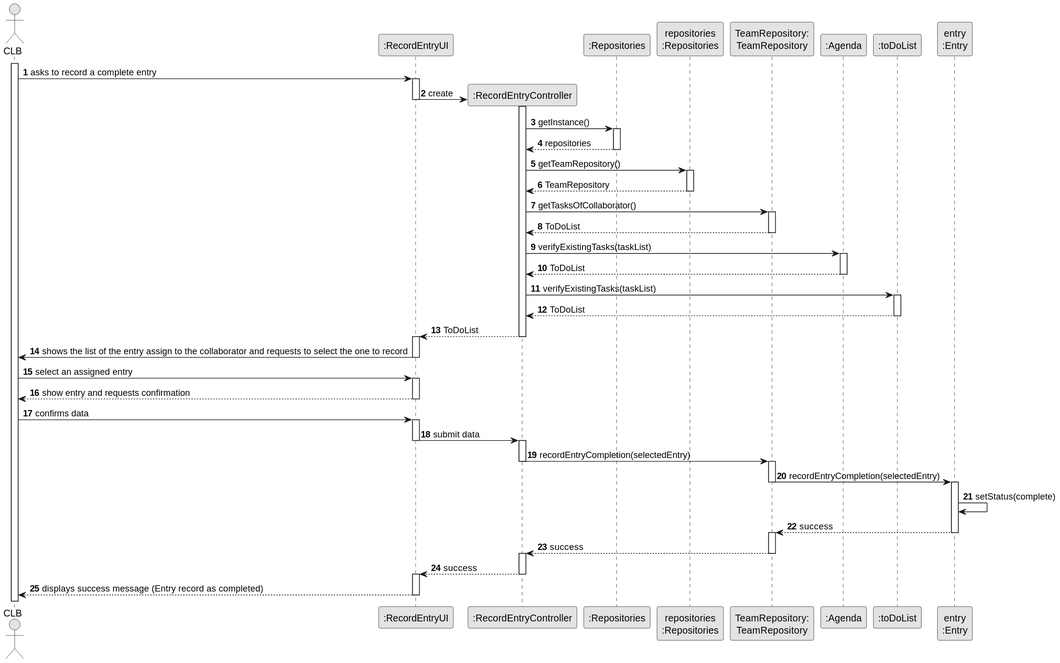
This is docs/sprintC/us029/03.design/svg/us029-sequence-diagram-full.svg from ricardomm7/leaflink, a PlantUML export, as it was before one commit.
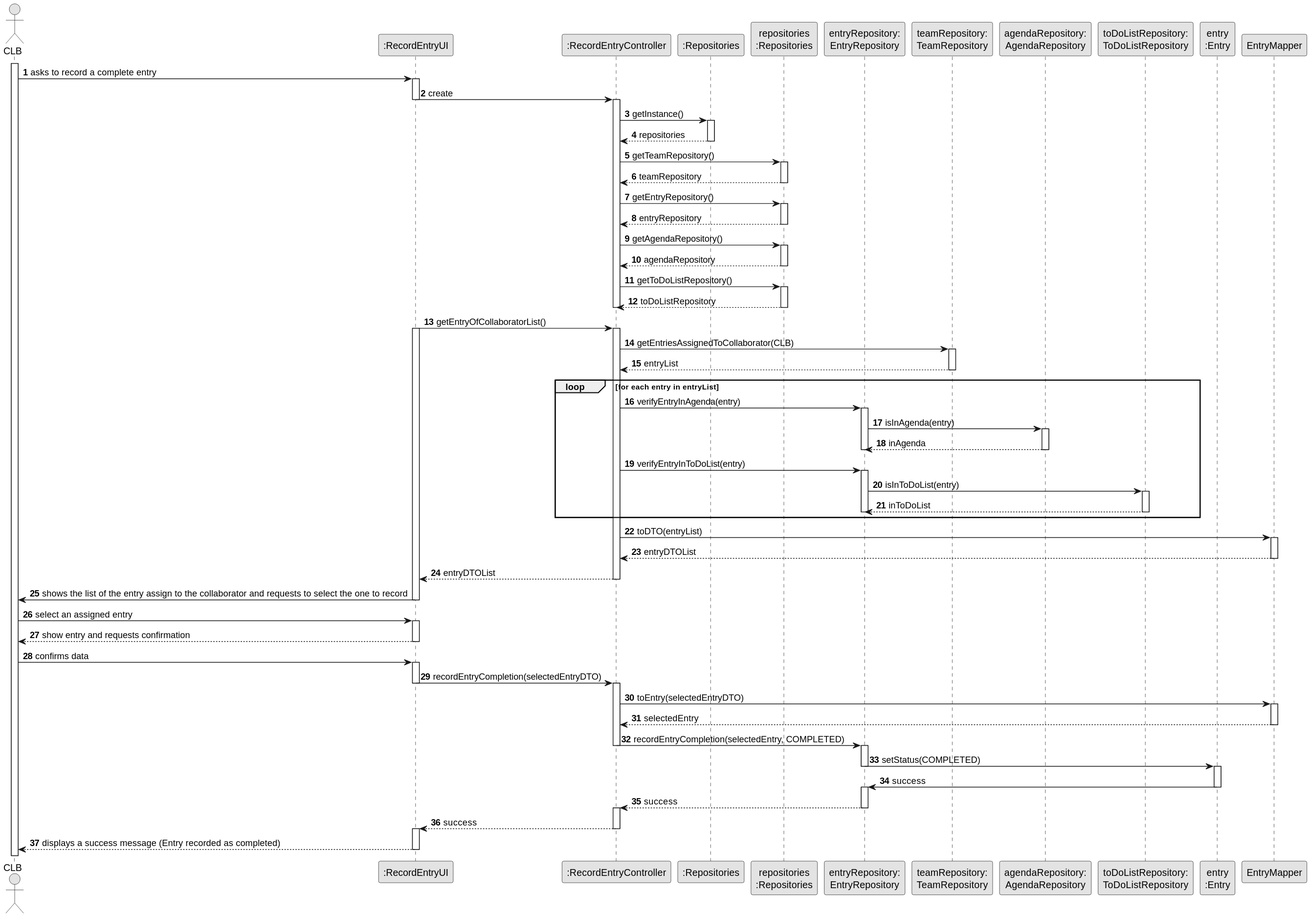
The same diagram one commit later.

Change to the diagram source:
```diff
@@ -2,7 +2,6 @@
 skinparam monochrome true
 skinparam packageStyle rectangle
 skinparam shadowing false
-
 
 autonumber
 
@@ -11,21 +10,21 @@
 participant ":RecordEntryController" as CTRL
 participant ":Repositories" as RepositorySingleton
 participant "repositories\n:Repositories" as PLAT
-participant "TeamRepository:\nTeamRepository" as TeamRepository
-participant ":Agenda" as Agenda
-participant ":toDoList" as ToDoList
-
+participant "entryRepository:\nEntryRepository" as EntryRepo
+participant "teamRepository:\nTeamRepository" as TeamRepo
+participant "agendaRepository:\nAgendaRepository" as AgendaRepo
+participant "toDoListRepository:\nToDoListRepository" as ToDoRepo
 participant "entry\n:Entry" as Entry
-
+participant "EntryMapper" as EntryMapper
 
 activate CLB
 
     CLB -> UI : asks to record a complete entry
     activate UI
 
-        UI -> CTRL** : create
+        UI -> CTRL : create
         deactivate UI
-                activate CTRL
+        activate CTRL
 
             CTRL -> RepositorySingleton: getInstance()
             activate RepositorySingleton
@@ -36,30 +35,71 @@
             CTRL -> PLAT : getTeamRepository()
             activate PLAT
 
-                PLAT --> CTRL: TeamRepository
+                PLAT --> CTRL: teamRepository
             deactivate PLAT
 
-            CTRL -> TeamRepository : getTasksOfCollaborator()
-            activate TeamRepository
+            CTRL -> PLAT : getEntryRepository()
+            activate PLAT
 
-                TeamRepository --> CTRL : ToDoList
-            deactivate TeamRepository
+                PLAT --> CTRL: entryRepository
+            deactivate PLAT
 
-            CTRL -> Agenda : verifyExistingTasks(taskList)
-            activate Agenda
+            CTRL -> PLAT : getAgendaRepository()
+            activate PLAT
 
-                Agenda --> CTRL : ToDoList
-            deactivate Agenda
+                PLAT --> CTRL: agendaRepository
+            deactivate PLAT
 
-            CTRL -> ToDoList : verifyExistingTasks(taskList)
-            activate ToDoList
+            CTRL -> PLAT : getToDoListRepository()
+            activate PLAT
 
-                ToDoList --> CTRL : ToDoList
-            deactivate ToDoList
+                PLAT --> CTRL: toDoListRepository
+            deactivate PLAT
 
-            CTRL --> UI : ToDoList
         deactivate CTRL
+
+        UI -> CTRL: getEntryOfCollaboratorList()
         activate UI
+        activate CTRL
+
+            CTRL -> TeamRepo: getEntriesAssignedToCollaborator(CLB)
+            activate TeamRepo
+
+                TeamRepo --> CTRL: entryList
+            deactivate TeamRepo
+
+            loop for each entry in entryList
+                CTRL -> EntryRepo: verifyEntryInAgenda(entry)
+                activate EntryRepo
+
+                    EntryRepo -> AgendaRepo: isInAgenda(entry)
+                    activate AgendaRepo
+
+                        AgendaRepo --> EntryRepo: inAgenda
+                    deactivate AgendaRepo
+
+                deactivate EntryRepo
+
+                CTRL -> EntryRepo: verifyEntryInToDoList(entry)
+                activate EntryRepo
+
+                    EntryRepo -> ToDoRepo: isInToDoList(entry)
+                    activate ToDoRepo
+
+                        ToDoRepo --> EntryRepo: inToDoList
+                    deactivate ToDoRepo
+
+                deactivate EntryRepo
+            end
+
+            CTRL -> EntryMapper : toDTO(entryList)
+            activate EntryMapper
+
+                EntryMapper --> CTRL : entryDTOList
+            deactivate EntryMapper
+
+            CTRL --> UI : entryDTOList
+        deactivate CTRL
 
         UI -> CLB : shows the list of the entry assign to the collaborator and requests to select the one to record
     deactivate UI
@@ -73,32 +113,36 @@
     CLB -> UI : confirms data
     activate UI
 
-        UI -> CTRL : submit data
+        UI -> CTRL : recordEntryCompletion(selectedEntryDTO)
         deactivate UI
         activate CTRL
 
-            CTRL -> TeamRepository : recordEntryCompletion(selectedEntry)
+            CTRL -> EntryMapper : toEntry(selectedEntryDTO)
+            activate EntryMapper
+
+                EntryMapper --> CTRL : selectedEntry
+            deactivate EntryMapper
+
+            CTRL -> EntryRepo : recordEntryCompletion(selectedEntry, COMPLETED)
             deactivate CTRL
-            activate TeamRepository
+            activate EntryRepo
 
-                TeamRepository -> Entry : recordEntryCompletion(selectedEntry)
-                deactivate TeamRepository
+                EntryRepo -> Entry : setStatus(COMPLETED)
+                deactivate EntryRepo
                 activate Entry
 
-                    Entry -> Entry : setStatus(complete)
+                Entry -> EntryRepo : success
+                deactivate Entry
+                activate EntryRepo
 
-                Entry --> TeamRepository : success
-                deactivate Entry
-                activate TeamRepository
-
-            TeamRepository --> CTRL : success
-            deactivate TeamRepository
+            EntryRepo --> CTRL : success
+            deactivate EntryRepo
             activate CTRL
 
             CTRL --> UI : success
         deactivate CTRL
         activate UI
 
-        UI --> CLB : displays success message (Entry record as completed)
+        UI --> CLB : displays a success message (Entry recorded as completed)
     deactivate UI
 @enduml
```
